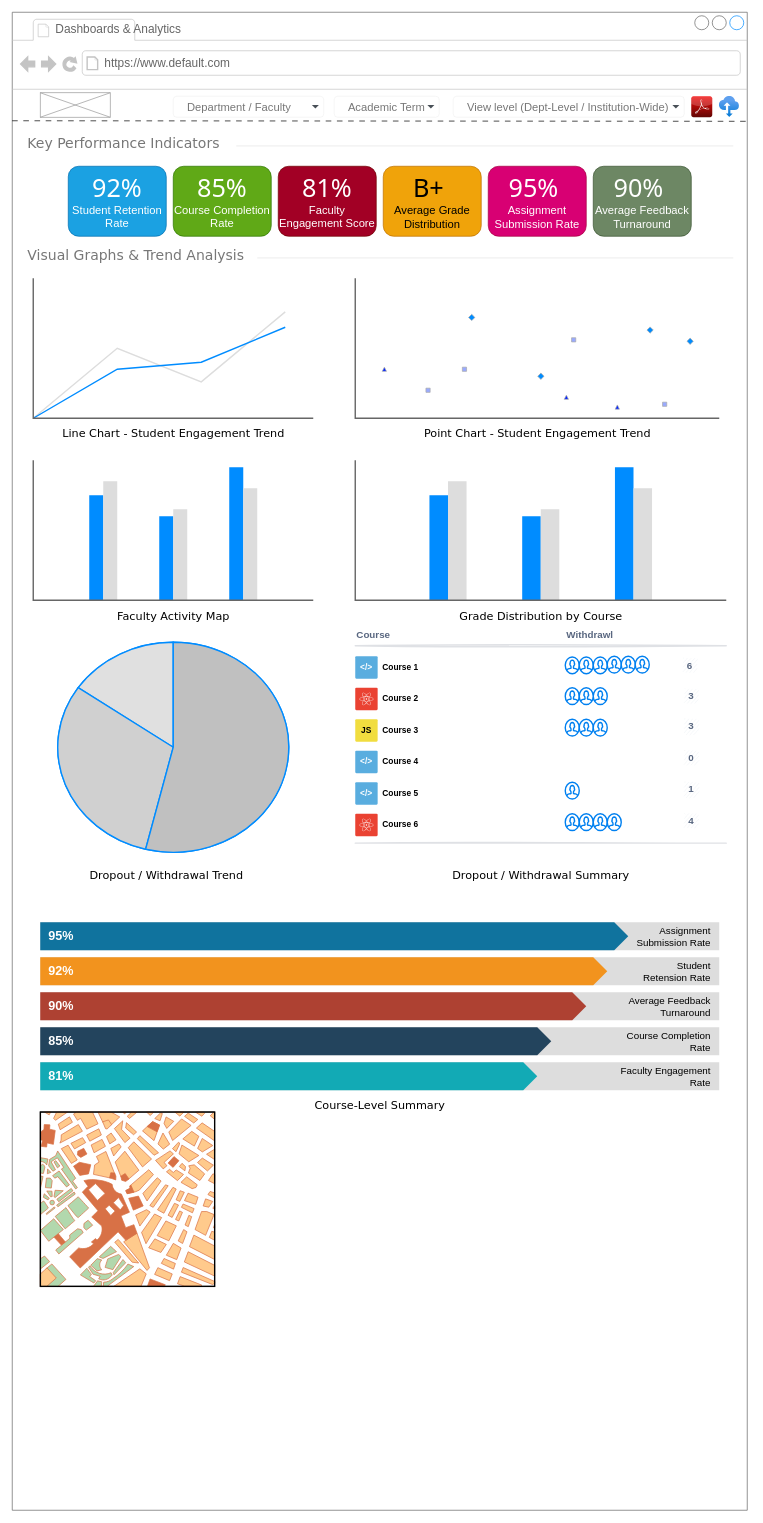
This is page "Dashboards & Analytics" (2 of 10) of 02 - LMS-SysCollege/04 - UI_Designs/WireFrame.drawio from ZohaibWaqarMalik/Technical-Business-Analyst-Projects, a draw.io file, before an edit. Source tidied: cells renumbered, new cells numbered last; positions are measured from the earlier drawing's top-left corner, leaving out a move shared by most shapes. Both pictures are drawn from the tidied source at 70%, with x=0, y=0 at pixel (12, 12).
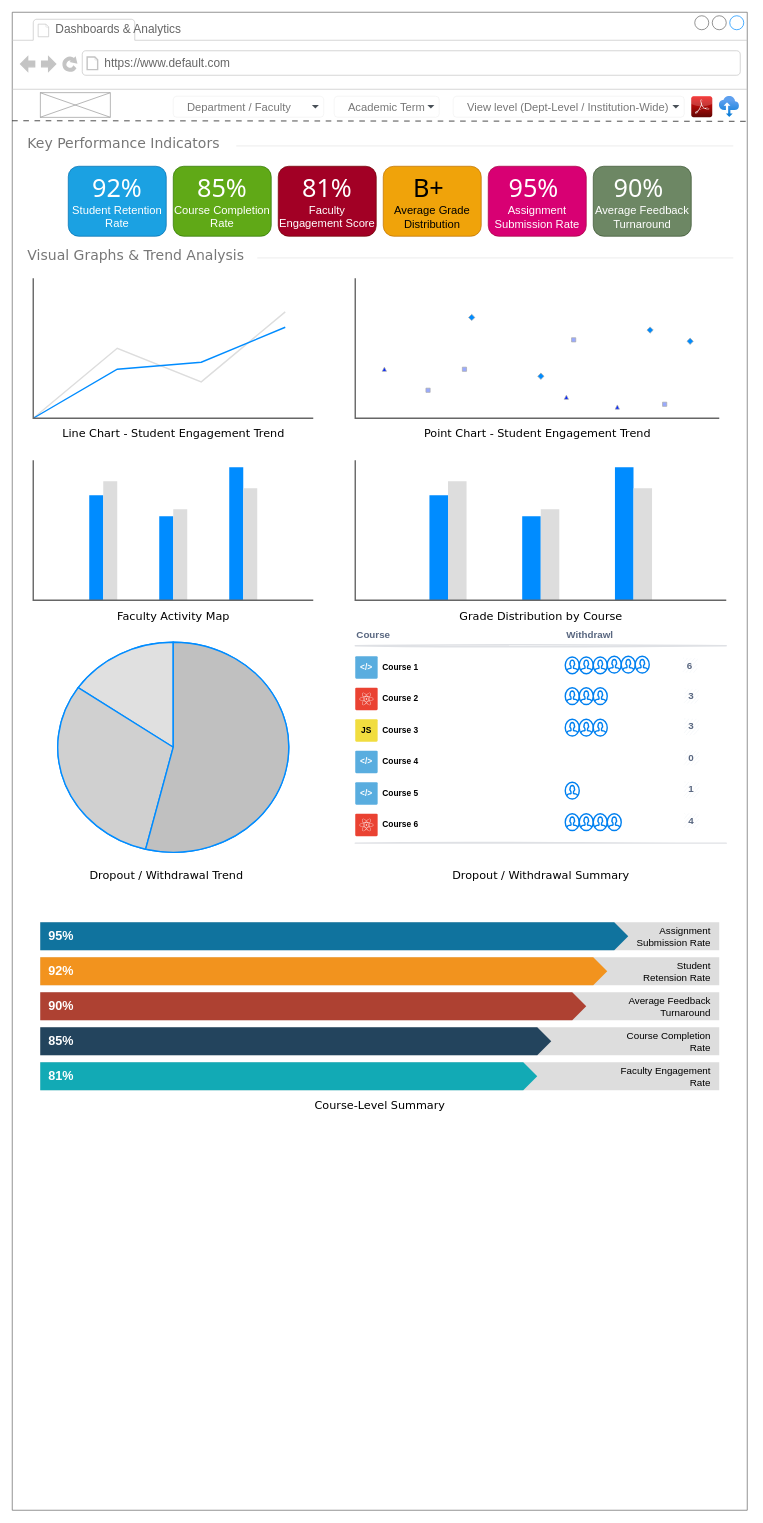
After the change.

Commit message:
Update Wireframe Dashboard and Analytics

Unchanged cells that the change refers to:
```xml
<mxCell id="2" style="strokeWidth=1;shadow=0;dashed=0;align=center;html=1;shape=mxgraph.mockup.containers.browserWindow;rSize=0;strokeColor=#666666;mainText=,;rounded=0;labelBackgroundColor=none;fontFamily=Verdana;fontSize=12;" parent="1" vertex="1">
  <mxGeometry width="1050" height="2140" as="geometry" />
</mxCell>
```

The edit, as a diff of the source:
```diff
@@
-    <mxCell id="92" style="verticalLabelPosition=bottom;shadow=0;dashed=0;align=center;html=1;verticalAlign=top;strokeWidth=1;shape=mxgraph.mockup.misc.map;" parent="2" vertex="1">
-      <mxGeometry x="40" y="1571" width="250" height="250" as="geometry" />
-    </mxCell>
```
